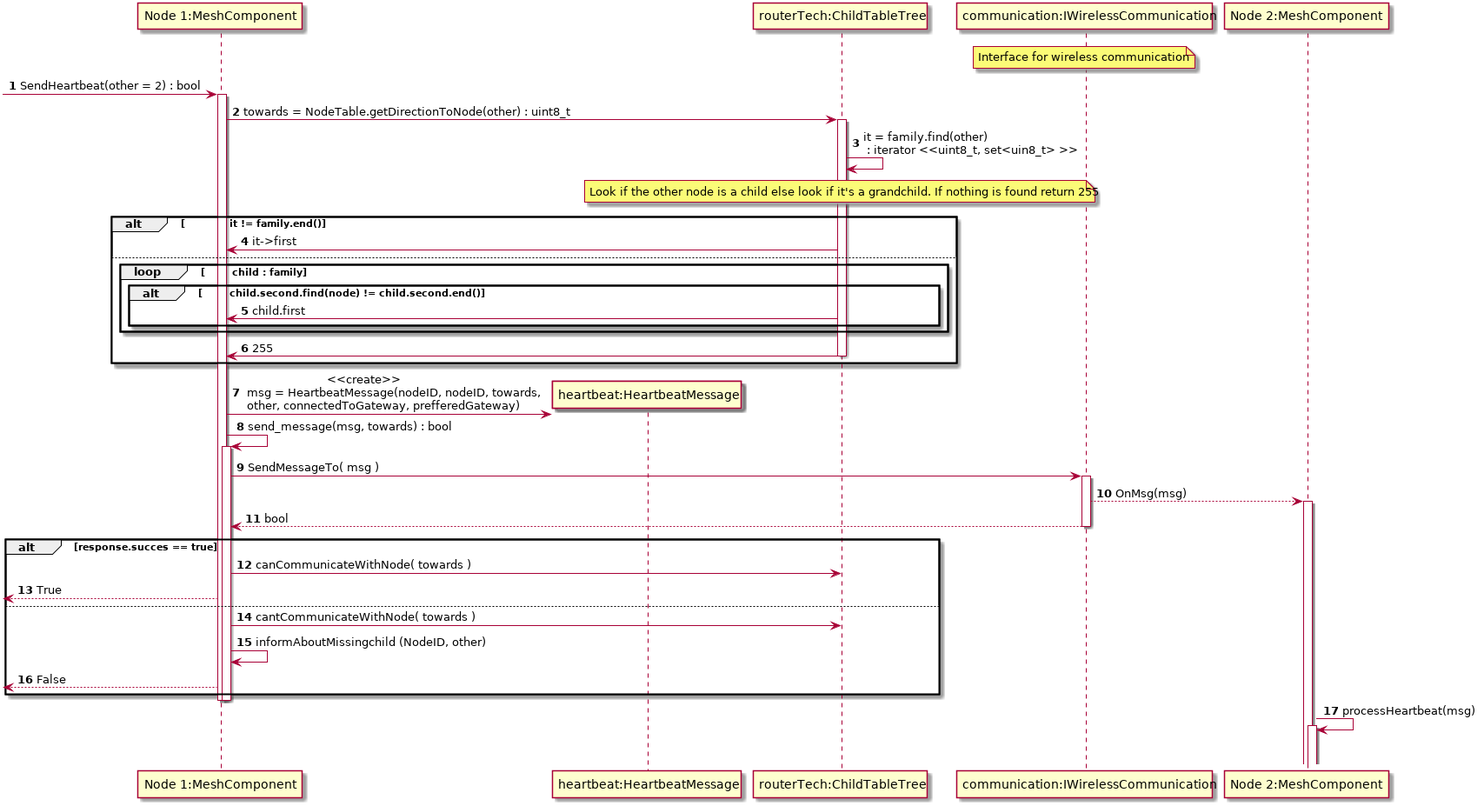
Before: Docs/DesignDocumenten/UML/out/Communication/Sequence/Heartbeatmessage/Heartbeatmessage.png, a diagram exported from PlantUML (mauriceberentsen/Automated-Drone-Distribution-Network). Its diagram source:
```plantuml
@startuml
autonumber
participant "Node 1:MeshComponent" as 1
participant "heartbeat:HeartbeatMessage" as 1m
participant "routerTech:ChildTableTree" as 1NT
participant "communication:IWirelessCommunication" as SS
note over SS: Interface for wireless communication
participant "Node 2:MeshComponent" as 2


[-> 1  : SendHeartbeat(other = 2) : bool
activate 1
1 -> 1NT ++: towards = NodeTable.getDirectionToNode(other) : uint8_t
1NT -> 1NT : it = family.find(other) \n : iterator <<uint8_t, set<uin8_t> >>
note over 1NT: Look if the other node is a child else look if it's a grandchild. If nothing is found return 255
alt \t      it != family.end()
	1 <- 1NT : it->first
else
	loop \t child : family
    alt \t child.second.find(node) != child.second.end()
    1 <- 1NT : child.first
    end
    end
	1 <- 1NT-- : 255
end
create 1m
1 -> 1m : \t\t\t<<create>>\n msg = HeartbeatMessage(nodeID, nodeID, towards,\n other, connectedToGateway, prefferedGateway)



1 -> 1 ++ : send_message(msg, towards) : bool
1 -> SS+ : SendMessageTo( msg )
SS --> 2+ : OnMsg(msg)

1 <-- SS --: bool

alt  response.succes == true
1 -> 1NT :  canCommunicateWithNode( towards )
<-- 1 : True
else
1 -> 1NT : cantCommunicateWithNode( towards )
1 -> 1 :  informAboutMissingchild (NodeID, other)
<-- 1 : False

end
deactivate 1
deactivate 1

2->2+: processHeartbeat(msg)


deactivate 1
@enduml
```
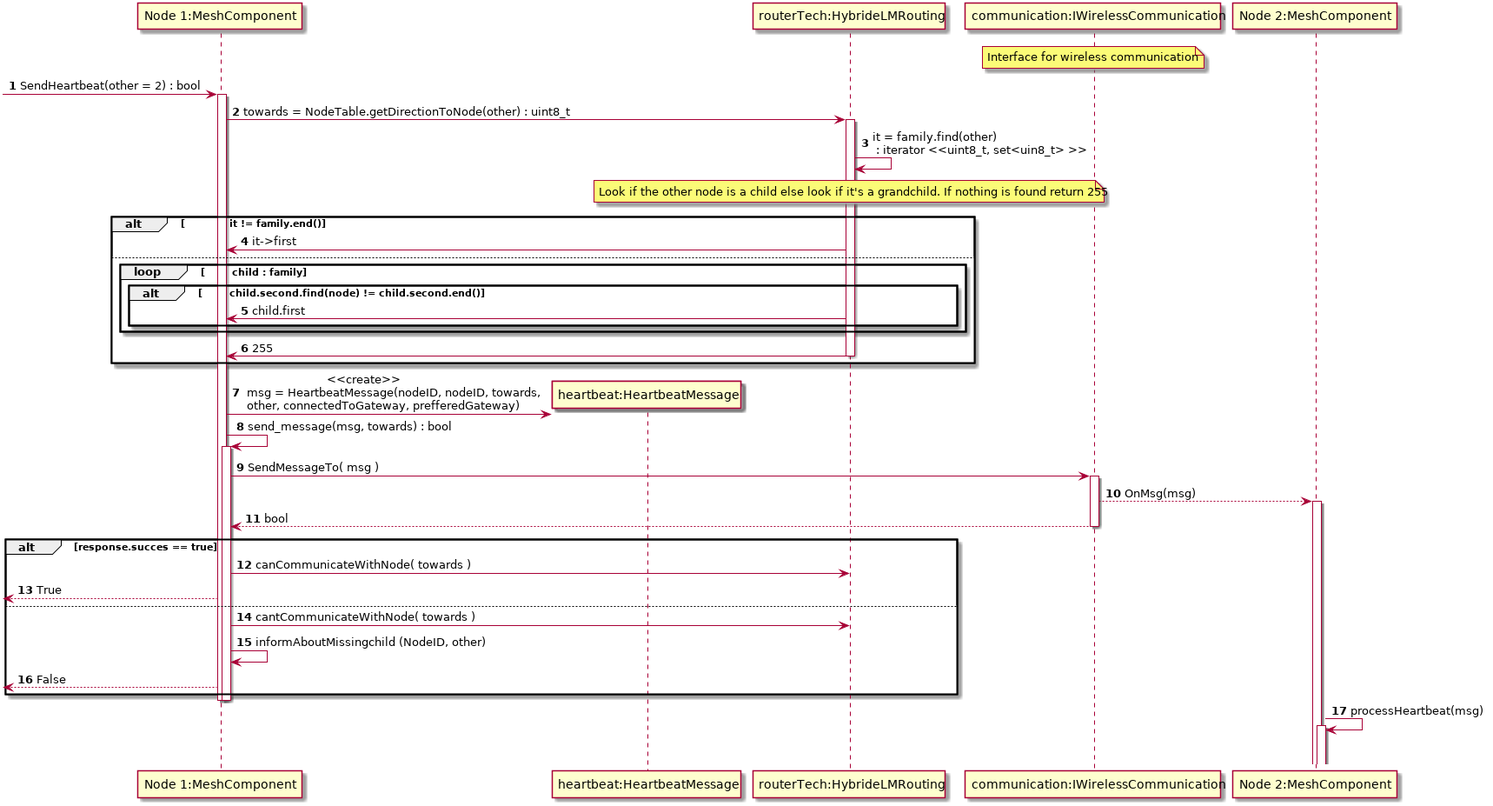
Later version of the same file.

Diff of the diagram source:
```diff
@@ -2,7 +2,7 @@
 autonumber
 participant "Node 1:MeshComponent" as 1
 participant "heartbeat:HeartbeatMessage" as 1m
-participant "routerTech:ChildTableTree" as 1NT
+participant "routerTech:HybrideLMRouting" as 1NT
 participant "communication:IWirelessCommunication" as SS
 note over SS: Interface for wireless communication
 participant "Node 2:MeshComponent" as 2
```
